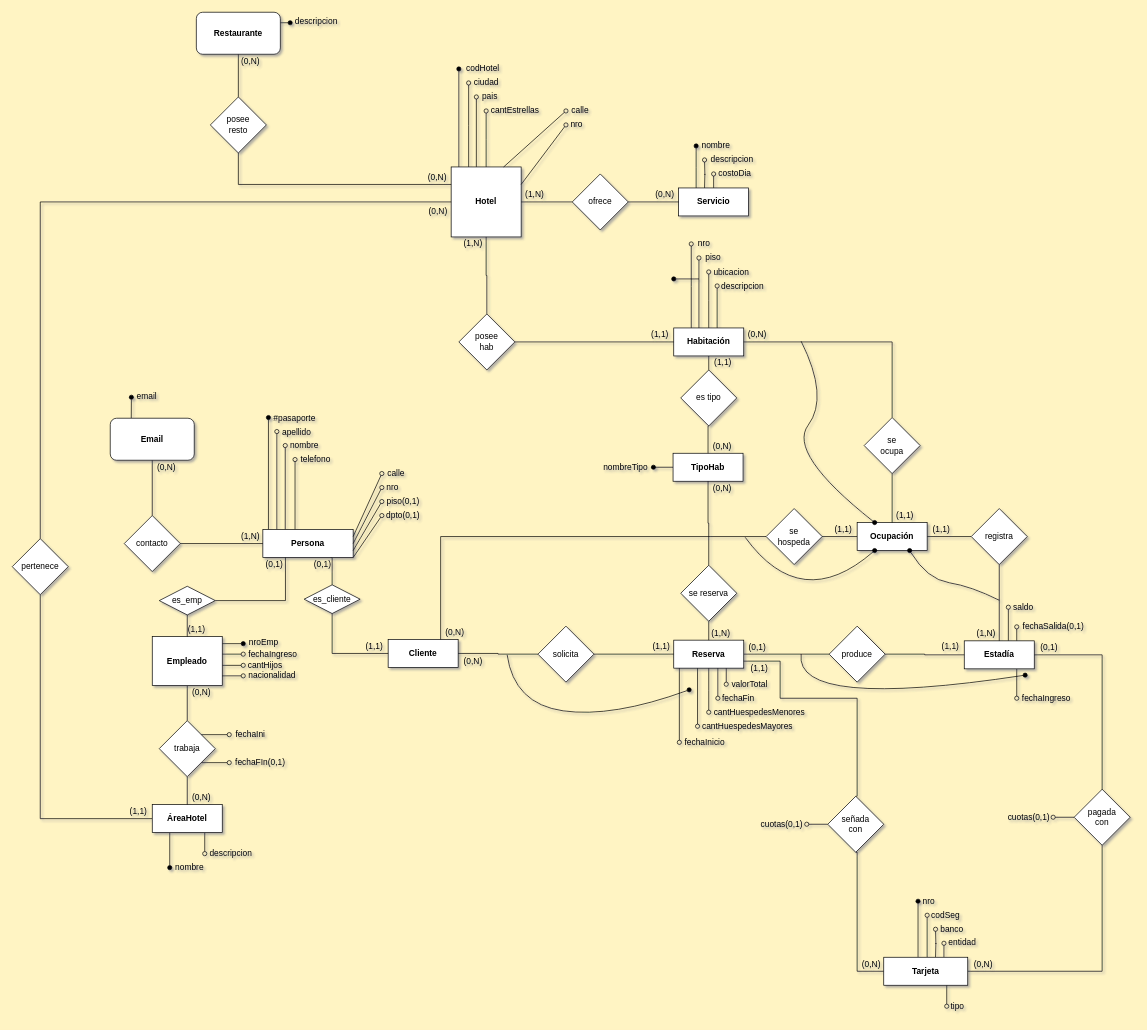
sergiocld99/unlp-tramo-final keeps this draw.io diagram as BD/01-modelos/06-hotel/ej6-logico.drawio. Above is the earlier version. Source tidied: cells renumbered, new cells numbered last; positions are measured from the earlier drawing's top-left corner, leaving out a move shared by most shapes. Both pictures are drawn from the tidied source at 70%, with x=0, y=0 at pixel (12, 12).
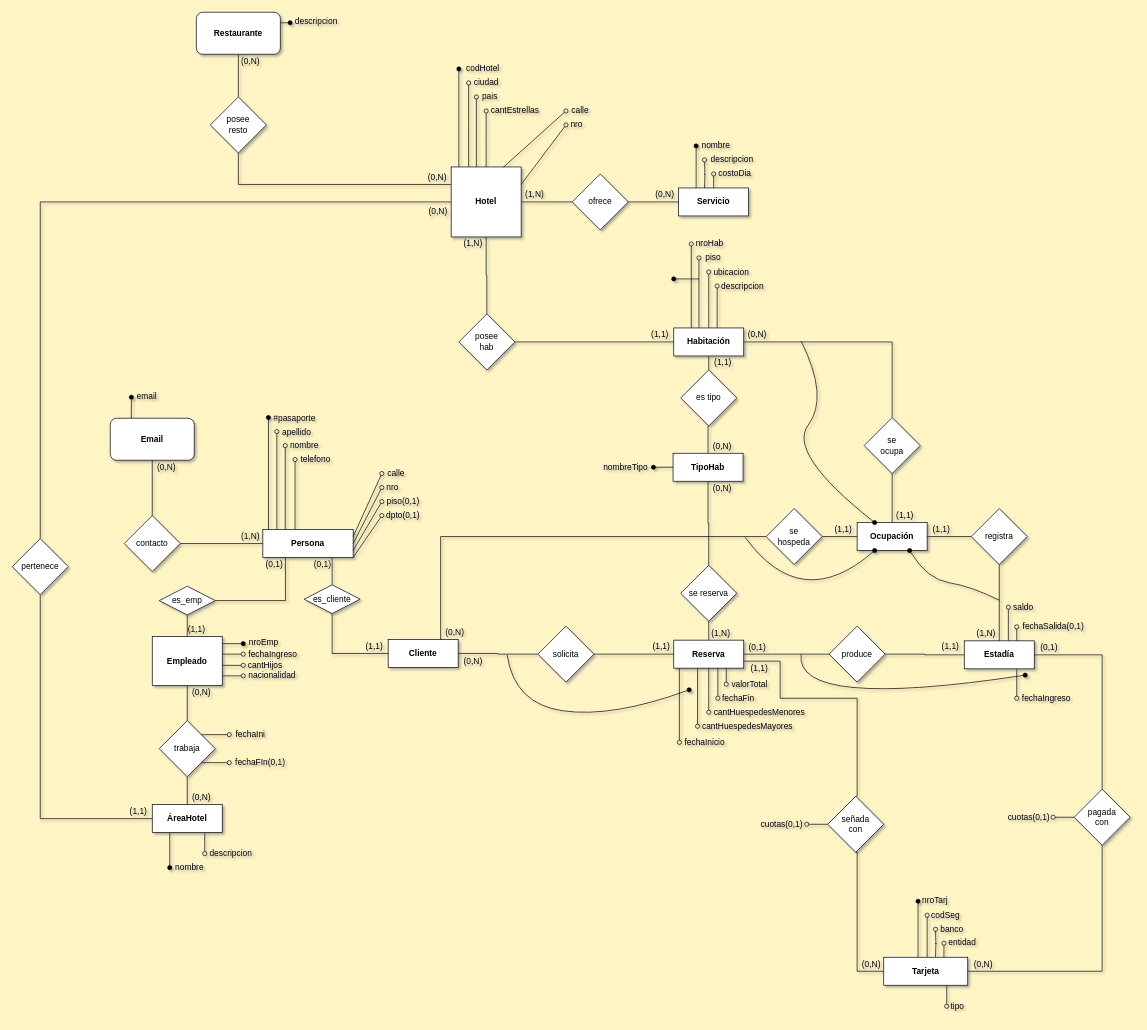
The same page after the edit.

Diff of the diagram source:
```diff
@@
-    <mxCell id="15" value="nro" style="text;html=1;align=center;verticalAlign=middle;strokeColor=none;fillColor=none;" parent="1" vertex="1">
-      <mxGeometry x="973" y="321" width="30" height="20" as="geometry" />
+    <mxCell id="15" value="nroHab" style="text;html=1;align=center;verticalAlign=middle;strokeColor=none;fillColor=none;" parent="1" vertex="1">
+      <mxGeometry x="971" y="320" width="50" height="20" as="geometry" />
     </mxCell>
@@
-    <mxCell id="152" value="nro" style="text;html=1;align=center;verticalAlign=middle;strokeColor=none;fillColor=none;" parent="1" vertex="1">
-      <mxGeometry x="1294" y="1260" width="30" height="20" as="geometry" />
+    <mxCell id="152" value="nroTarj" style="text;html=1;align=center;verticalAlign=middle;strokeColor=none;fillColor=none;" parent="1" vertex="1">
+      <mxGeometry x="1293" y="1259" width="50" height="20" as="geometry" />
     </mxCell>
```
